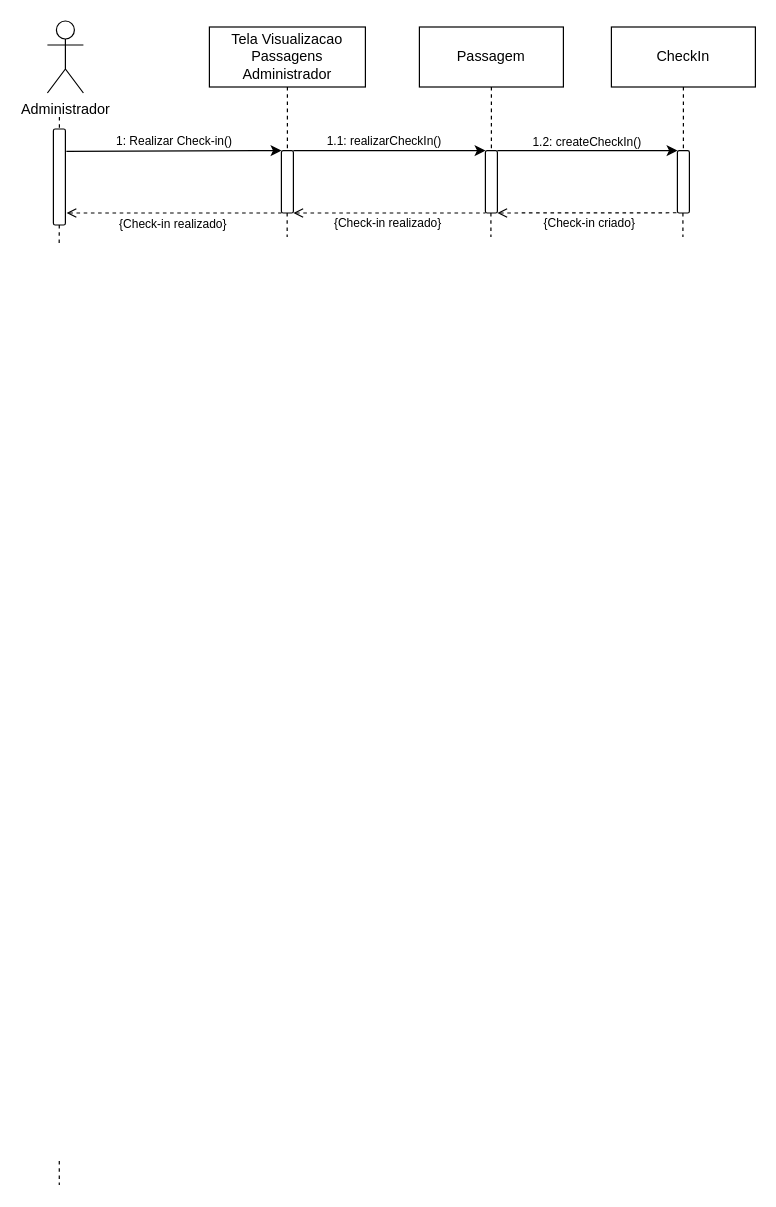
Above: Diagramas/Eng_de_Software/Modelos/Sequencia/Realizar_Check_In_Administrador.drawio in GabrielGMori/trabalho-conclus-o-ano (draw.io), before the change. Source tidied: cells renumbered, new cells numbered last; positions are measured from the earlier drawing's top-left corner, leaving out a move shared by most shapes. Both pictures are drawn from the tidied source at 120%, with x=0, y=0 at pixel (47, 20).
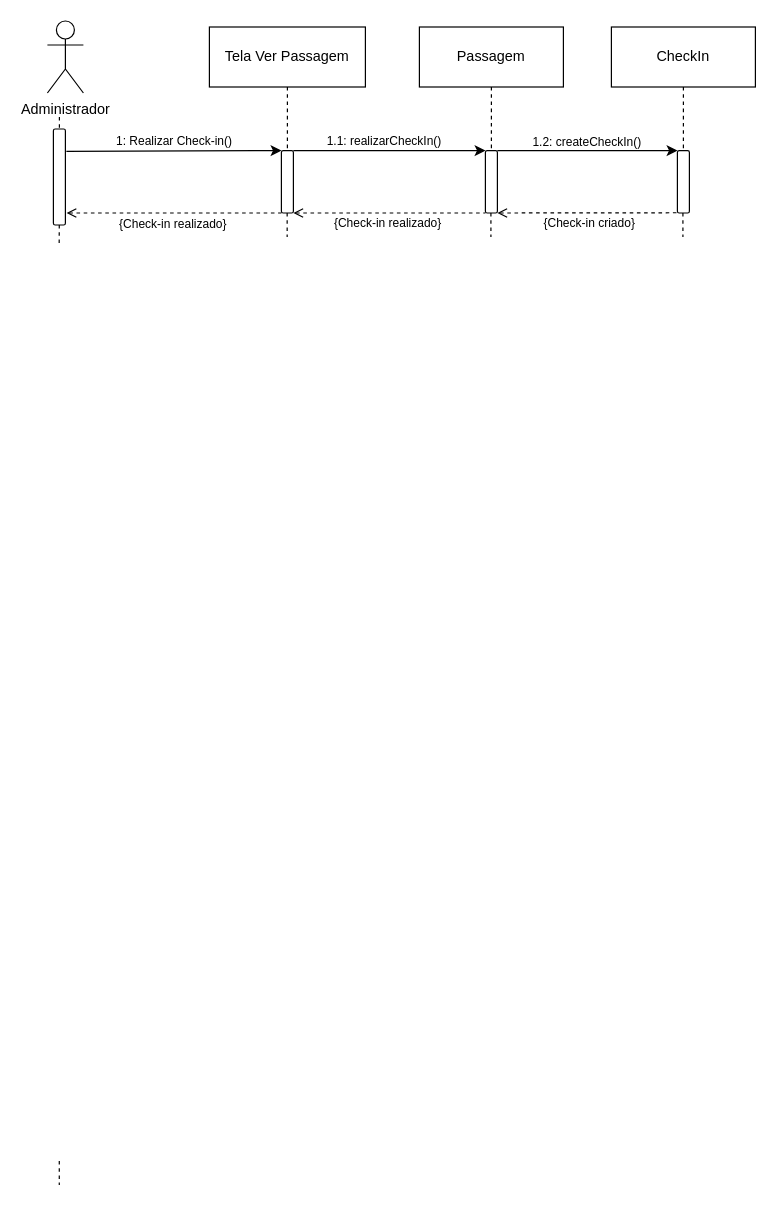
The same page after the edit.

Diff of the diagram source:
```diff
@@
-    <mxCell id="3" value="Tela Visualizacao Passagens Administrador" style="rounded=0;whiteSpace=wrap;html=1;" parent="1" vertex="1">
+    <mxCell id="3" value="Tela Ver Passagem" style="rounded=0;whiteSpace=wrap;html=1;" parent="1" vertex="1">
       <mxGeometry x="135" y="5" width="130" height="50" as="geometry" />
     </mxCell>
```
